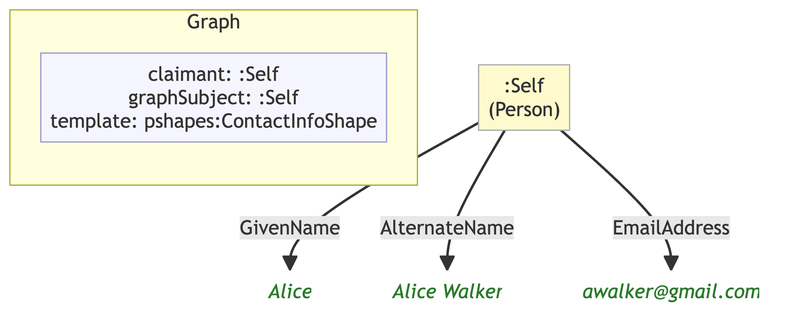
Above: example/graphs/images/graph-09.png in MeeFoundation/mia-ontologies (Mermaid), before the change. Its source is kept beside it as example/graphs/images/graph-09.mmd.
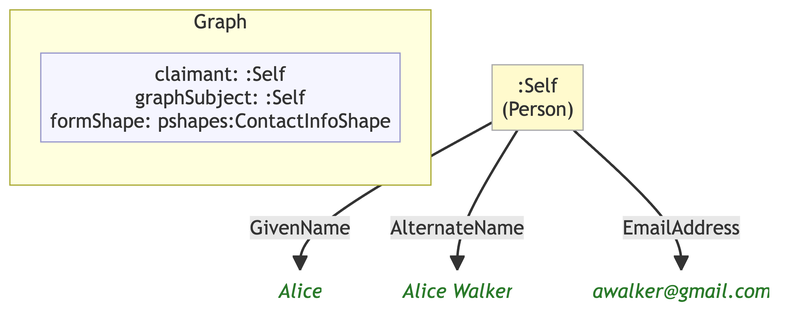
Above is the later version.

The edit, as a diff of the source:
```diff
@@ -7,14 +7,14 @@
 
     subgraph ctx["Graph"]
         direction LR
-        ctx_meta["claimant: :Self\ngraphSubject: :Self\ntemplate: pshapes:ContactInfoShape"]:::meta
+        ctx_meta["claimant: :Self\ngraphSubject: :Self\nformShape: pshapes:ContactInfoShape"]:::meta
     end
 
     n655e442e50be[":Self\n(Person)"]:::person
-    n19157cf46d7d("Alice"):::lit
-    n268f9b7cd8bf("Alice Walker"):::lit
-    ne351becef04a("awalker@gmail.com"):::lit
+    n57bbd383148c("Alice"):::lit
+    na663f0a60e06("Alice Walker"):::lit
+    n7593fa5e565e("awalker@gmail.com"):::lit
 
-    n655e442e50be -->|"GivenName"| n19157cf46d7d
-    n655e442e50be -->|"AlternateName"| n268f9b7cd8bf
-    n655e442e50be -->|"EmailAddress"| ne351becef04a
+    n655e442e50be -->|"GivenName"| n57bbd383148c
+    n655e442e50be -->|"AlternateName"| na663f0a60e06
+    n655e442e50be -->|"EmailAddress"| n7593fa5e565e
```
